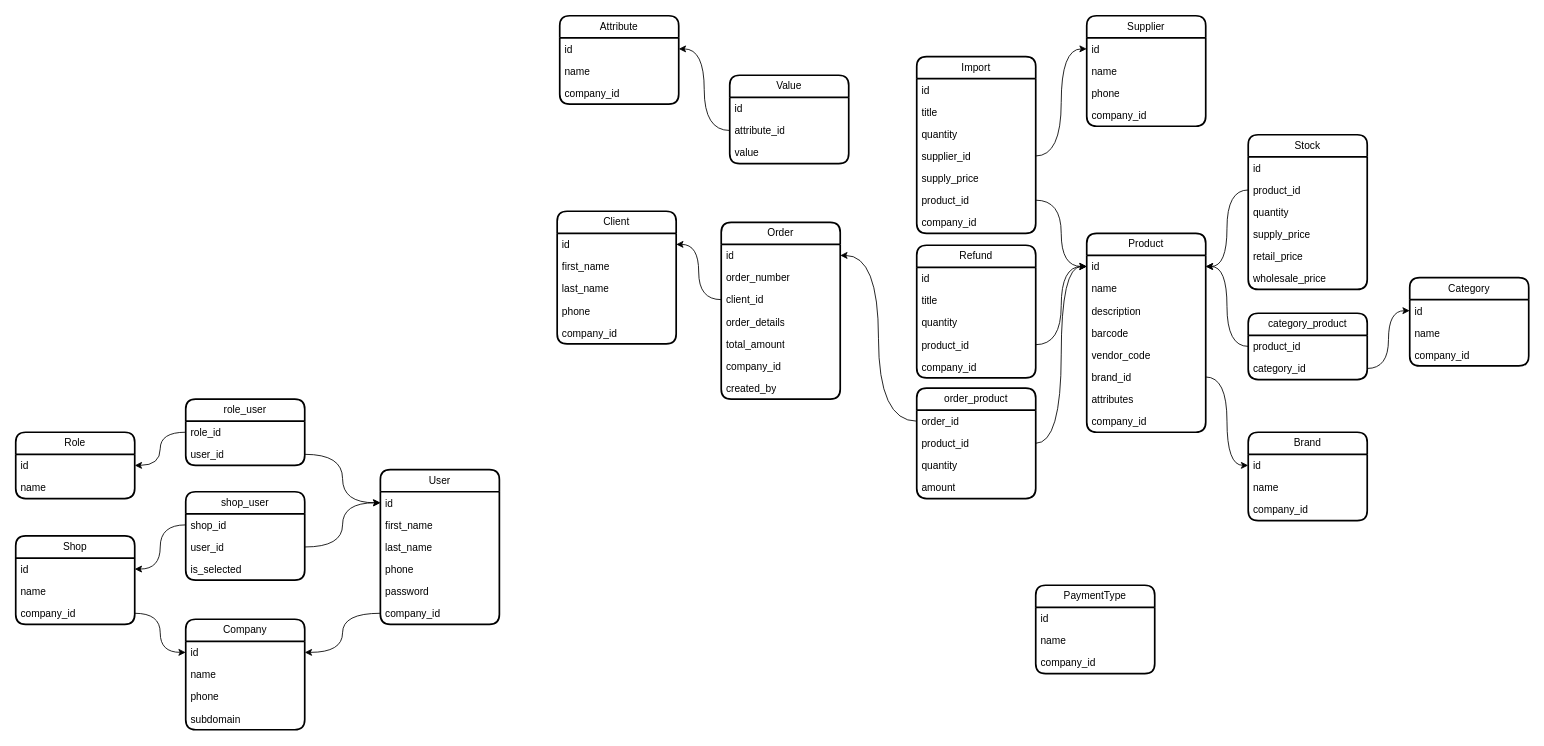
Above: page "v3" (1 of 3) of karsoft-wsm.drawio in iztileuoff/databases (draw.io), before the change. Source tidied: cells renumbered, new cells numbered last; positions are measured from the earlier drawing's top-left corner, leaving out a move shared by most shapes. Both pictures are drawn from the tidied source at 85%, with x=0, y=0 at pixel (15, 15).
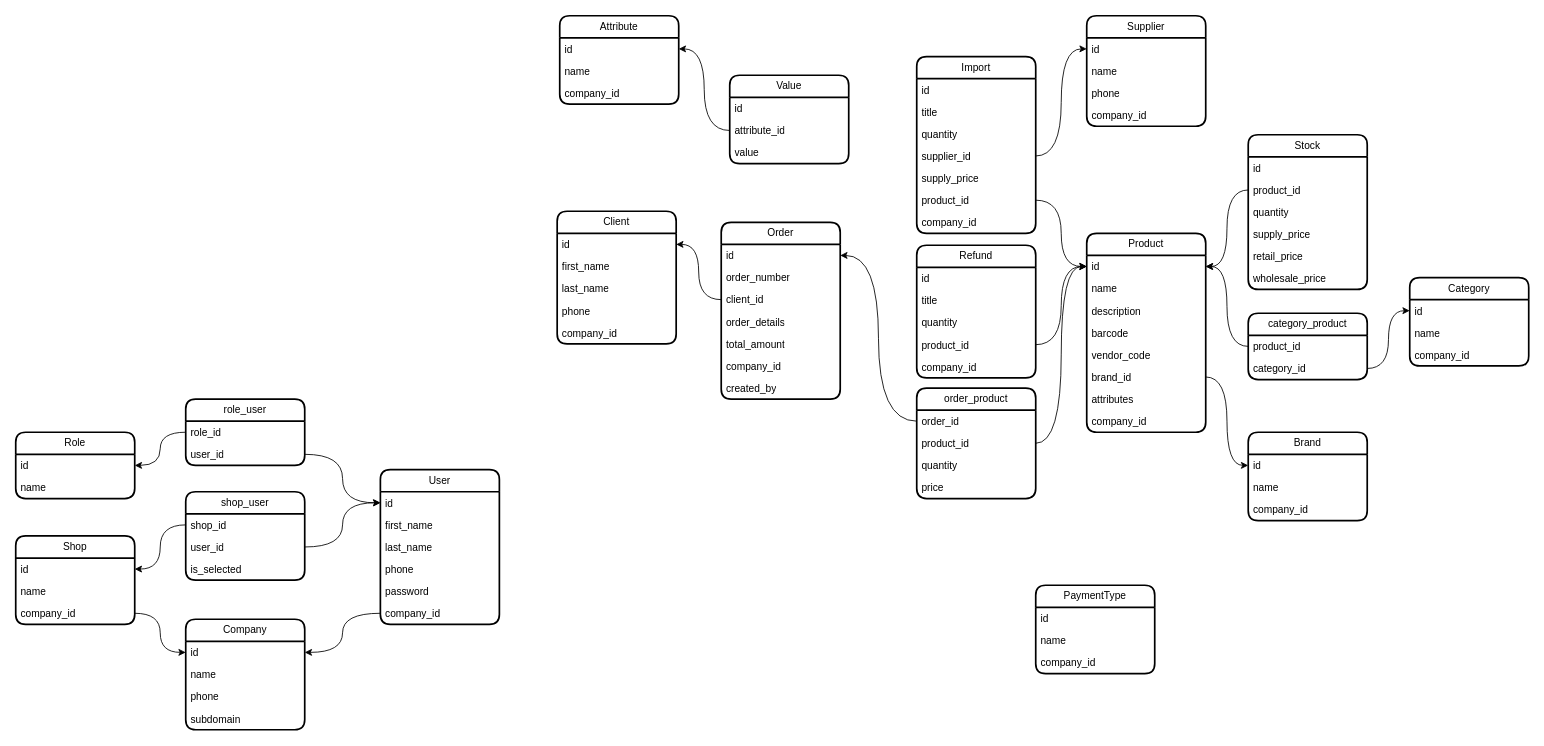
After the change.

Unchanged cells that the change refers to:
```xml
<mxCell id="115" value="order_product" style="swimlane;fontStyle=0;horizontal=1;startSize=26;fillColor=none;whiteSpace=wrap;html=1;rounded=1;shadow=0;glass=0;strokeWidth=2;" parent="1" vertex="1">
  <mxGeometry x="1060" y="438" width="140" height="130" as="geometry" />
</mxCell>
```

Diff of the diagram source:
```diff
@@
-    <mxCell id="119" value="amount" style="text;strokeColor=none;fillColor=none;align=left;verticalAlign=top;spacingLeft=4;spacingRight=4;overflow=hidden;whiteSpace=wrap;html=1;" parent="115" vertex="1">
+    <mxCell id="119" value="price" style="text;strokeColor=none;fillColor=none;align=left;verticalAlign=top;spacingLeft=4;spacingRight=4;overflow=hidden;whiteSpace=wrap;html=1;" parent="115" vertex="1">
       <mxGeometry y="104" width="140" height="26" as="geometry" />
     </mxCell>
```
